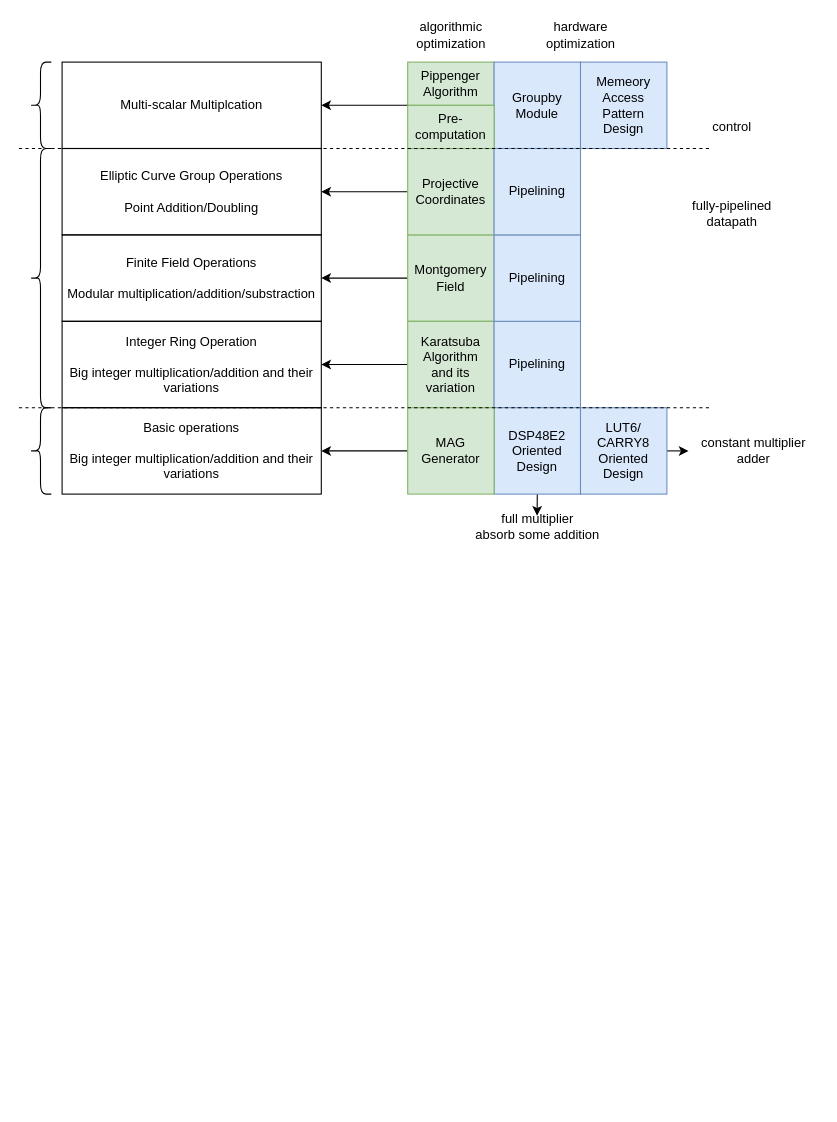
Earlier version of the draw.io diagram page "hierarchy" (5 of 14) of src/main/resources/Karatsuba.drawio (RicardoNid/Chainsaw2). Source tidied: cells renumbered, new cells numbered last; positions are measured from the earlier drawing's top-left corner, leaving out a move shared by most shapes. Both pictures are drawn from the tidied source at 108%, with x=0, y=0 at pixel (18, 18).
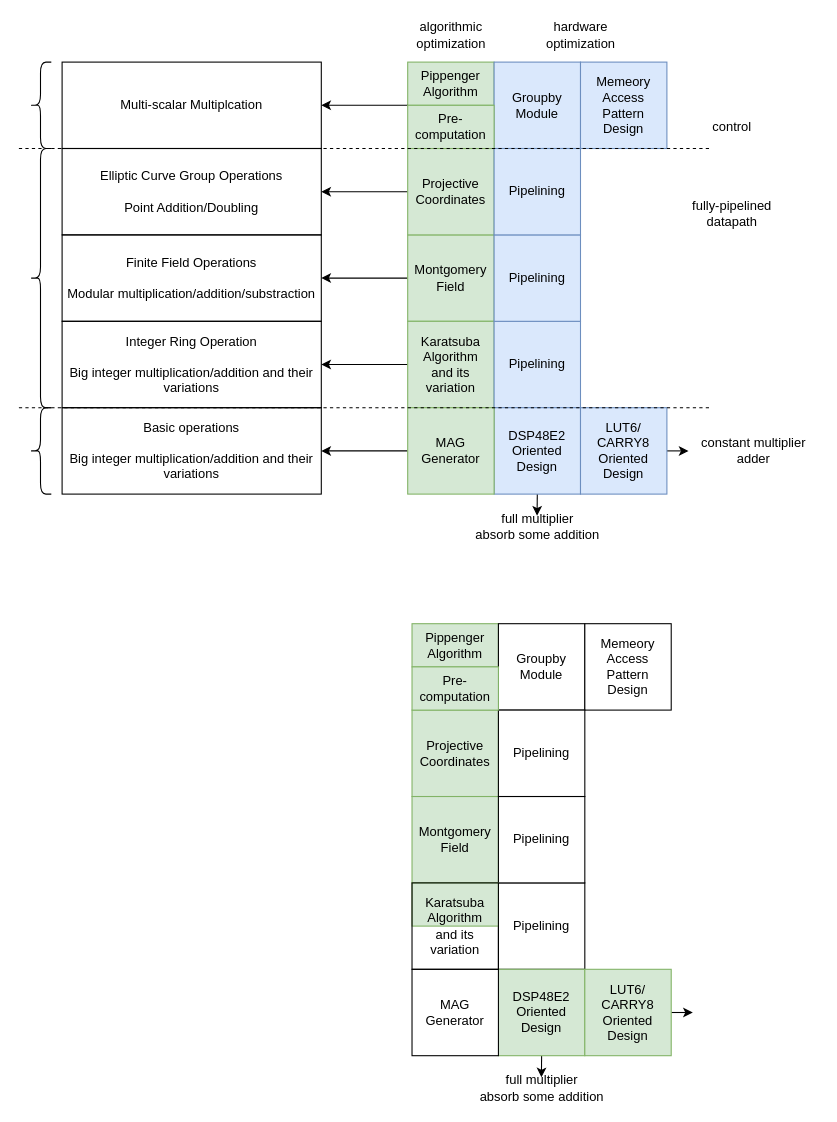
After the change.

Diff of the diagram source:
```diff
@@
+    <mxCell id="38" value="Montgomery Field" style="rounded=0;whiteSpace=wrap;html=1;fillColor=#d5e8d4;strokeColor=#82b366;" parent="1" vertex="1">
+      <mxGeometry x="364" y="720" width="80" height="80" as="geometry" />
+    </mxCell>
+    <mxCell id="39" value="Projective Coordinates" style="rounded=0;whiteSpace=wrap;html=1;fillColor=#d5e8d4;strokeColor=#82b366;" parent="1" vertex="1">
+      <mxGeometry x="364" y="640" width="80" height="80" as="geometry" />
+    </mxCell>
+    <mxCell id="40" value="Pippenger Algorithm&lt;br&gt;" style="rounded=0;whiteSpace=wrap;html=1;fillColor=#d5e8d4;strokeColor=#82b366;" parent="1" vertex="1">
+      <mxGeometry x="364" y="560" width="80" height="40" as="geometry" />
+    </mxCell>
+    <mxCell id="41" value="Pipelining" style="rounded=0;whiteSpace=wrap;html=1;" parent="1" vertex="1">
+      <mxGeometry x="444" y="800" width="80" height="80" as="geometry" />
+    </mxCell>
+    <mxCell id="42" style="edgeStyle=orthogonalEdgeStyle;rounded=0;jettySize=auto;html=1;exitX=0.5;exitY=1;exitDx=0;exitDy=0;" parent="1" edge="1" source="43">
+      <mxGeometry relative="1" as="geometry">
+        <mxPoint x="483.8" y="980" as="targetPoint" />
+      </mxGeometry>
+    </mxCell>
+    <mxCell id="43" value="DSP48E2&lt;br&gt;Oriented Design" style="rounded=0;whiteSpace=wrap;html=1;fillColor=#d5e8d4;strokeColor=#82b366;" parent="1" vertex="1">
+      <mxGeometry x="444" y="880" width="80" height="80" as="geometry" />
+    </mxCell>
+    <mxCell id="44" value="MAG Generator" style="rounded=0;whiteSpace=wrap;html=1;" parent="1" vertex="1">
+      <mxGeometry x="364" y="880" width="80" height="80" as="geometry" />
+    </mxCell>
+    <mxCell id="45" style="edgeStyle=orthogonalEdgeStyle;rounded=0;jettySize=auto;html=1;exitX=1;exitY=0.5;exitDx=0;exitDy=0;" parent="1" edge="1" source="46">
+      <mxGeometry relative="1" as="geometry">
+        <mxPoint x="624" y="920" as="targetPoint" />
+      </mxGeometry>
+    </mxCell>
+    <mxCell id="46" value="LUT6/&lt;br&gt;CARRY8&lt;br&gt;Oriented Design" style="rounded=0;whiteSpace=wrap;html=1;fillColor=#d5e8d4;strokeColor=#82b366;" parent="1" vertex="1">
+      <mxGeometry x="524" y="880" width="80" height="80" as="geometry" />
+    </mxCell>
+    <mxCell id="47" value="Groupby&lt;br&gt;Module" style="rounded=0;whiteSpace=wrap;html=1;" parent="1" vertex="1">
+      <mxGeometry x="444" y="560" width="80" height="80" as="geometry" />
+    </mxCell>
+    <mxCell id="48" value="Memeory&lt;br&gt;Access&lt;br&gt;Pattern&lt;br&gt;Design" style="rounded=0;whiteSpace=wrap;html=1;" parent="1" vertex="1">
+      <mxGeometry x="524" y="560" width="80" height="80" as="geometry" />
+    </mxCell>
+    <mxCell id="49" value="Pipelining" style="rounded=0;whiteSpace=wrap;html=1;" parent="1" vertex="1">
+      <mxGeometry x="444" y="720" width="80" height="80" as="geometry" />
+    </mxCell>
+    <mxCell id="50" value="Pipelining" style="rounded=0;whiteSpace=wrap;html=1;" parent="1" vertex="1">
+      <mxGeometry x="444" y="640" width="80" height="80" as="geometry" />
+    </mxCell>
+    <mxCell id="51" value="&lt;span&gt;Pre-computation&lt;/span&gt;" style="rounded=0;whiteSpace=wrap;html=1;fillColor=#d5e8d4;strokeColor=#82b366;" parent="1" vertex="1">
+      <mxGeometry x="364" y="600" width="80" height="40" as="geometry" />
+    </mxCell>
+    <mxCell id="52" value="full multiplier&lt;br&gt;absorb some addition" style="text;html=1;align=center;verticalAlign=middle;" parent="1" vertex="1">
+      <mxGeometry x="414" y="975" width="140" height="30" as="geometry" />
+    </mxCell>
+    <mxCell id="53" style="rounded=0;whiteSpace=wrap;html=1;fillColor=#d5e8d4;strokeColor=#82b366;" parent="1" vertex="1">
+      <mxGeometry x="364" y="800" width="80" height="40" as="geometry" />
+    </mxCell>
+    <mxCell id="54" value="Karatsuba Algorithm&lt;br&gt;and its variation" style="rounded=0;whiteSpace=wrap;html=1;fillColor=none;" parent="1" vertex="1">
+      <mxGeometry x="364" y="800" width="80" height="80" as="geometry" />
+    </mxCell>
```
